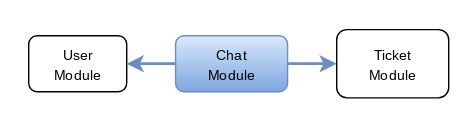
Before: planning/system-architecture/images/chat-module-dependency-diagram.drawio.svg, a diagram exported from draw.io (brisahelpdesk/brisahelpdesk.github.io). Source tidied: cells renumbered, new cells last; positions are measured from the earlier drawing's top-left corner, leaving out a move shared by most shapes.
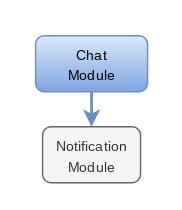
Later version of the same file.

The edit, as a diff of the source:
```diff
@@ -3,31 +3,16 @@
     <mxCell id="0" />
     <mxCell id="1" parent="0" />
     <mxCell id="2" style="rounded=1;whiteSpace=wrap;html=1;fillColor=none;strokeColor=none;" parent="1" vertex="1">
-      <mxGeometry width="340" height="90" as="geometry" />
+      <mxGeometry width="130" height="150" as="geometry" />
     </mxCell>
-    <mxCell id="3" value="&lt;span style=&quot;font-size: 10px;&quot;&gt;Ticket&lt;br&gt;Module&lt;/span&gt;" style="rounded=1;whiteSpace=wrap;html=1;fontFamily=Roboto;fontSource=https%3A%2F%2Ffonts.googleapis.com%2Fcss%3Ffamily%3DRoboto;" parent="1" vertex="1">
-      <mxGeometry x="240" y="20.6" width="80" height="48.8" as="geometry" />
+    <mxCell id="3" style="edgeStyle=orthogonalEdgeStyle;rounded=0;jettySize=auto;html=1;fillColor=#dae8fc;strokeColor=#6c8ebf;strokeWidth=2;" parent="1" edge="1" source="4" target="5">
+      <mxGeometry relative="1" as="geometry" />
     </mxCell>
-    <mxCell id="4" value="&lt;span style=&quot;font-size: 10px;&quot;&gt;User&lt;br&gt;Module&lt;/span&gt;" style="rounded=1;whiteSpace=wrap;html=1;fontFamily=Roboto;fontSource=https%3A%2F%2Ffonts.googleapis.com%2Fcss%3Ffamily%3DRoboto;" parent="1" vertex="1">
-      <mxGeometry x="20" y="25" width="70" height="40" as="geometry" />
+    <mxCell id="4" value="&lt;span style=&quot;font-size: 10px;&quot;&gt;Chat&lt;br&gt;Module&lt;/span&gt;" style="rounded=1;whiteSpace=wrap;html=1;strokeColor=#6c8ebf;fillColor=#dae8fc;fontFamily=Roboto;fontSource=https%3A%2F%2Ffonts.googleapis.com%2Fcss%3Ffamily%3DRoboto;gradientColor=#7ea6e0;" parent="1" vertex="1">
+      <mxGeometry x="24.9" y="25" width="80" height="40" as="geometry" />
     </mxCell>
-    <mxCell id="5" style="edgeStyle=orthogonalEdgeStyle;rounded=0;jettySize=auto;html=1;strokeWidth=2;fillColor=#dae8fc;strokeColor=#6c8ebf;gradientColor=#7ea6e0;" parent="1" edge="1" source="6" target="4">
-      <mxGeometry relative="1" as="geometry">
-        <Array as="points">
-          <mxPoint x="110" y="45" />
-          <mxPoint x="110" y="45" />
-        </Array>
-      </mxGeometry>
+    <mxCell id="5" value="&lt;span style=&quot;font-size: 10px;&quot;&gt;Notification&lt;br&gt;Module&lt;/span&gt;" style="rounded=1;whiteSpace=wrap;html=1;strokeColor=#666666;fillColor=#f5f5f5;fontFamily=Roboto;fontSource=https%3A%2F%2Ffonts.googleapis.com%2Fcss%3Ffamily%3DRoboto;fontColor=#333333;" parent="1" vertex="1">
+      <mxGeometry x="29.9" y="90" width="70" height="40" as="geometry" />
     </mxCell>
-    <mxCell id="6" value="&lt;span style=&quot;font-size: 10px;&quot;&gt;Chat&lt;br&gt;Module&lt;/span&gt;" style="rounded=1;whiteSpace=wrap;html=1;strokeColor=#6c8ebf;fillColor=#dae8fc;fontFamily=Roboto;fontSource=https%3A%2F%2Ffonts.googleapis.com%2Fcss%3Ffamily%3DRoboto;gradientColor=#7ea6e0;" parent="1" vertex="1">
-      <mxGeometry x="124.9" y="25" width="80" height="40" as="geometry" />
-    </mxCell>
-    <mxCell id="7" style="edgeStyle=orthogonalEdgeStyle;rounded=0;jettySize=auto;html=1;strokeWidth=2;fillColor=#dae8fc;gradientColor=#7ea6e0;strokeColor=#6c8ebf;" parent="1" edge="1" source="6" target="3">
-      <mxGeometry relative="1" as="geometry">
-        <Array as="points">
-          <mxPoint x="285" y="45" />
-        </Array>
-      </mxGeometry>
-    </mxCell>
   </root>
 </mxGraphModel>
```
